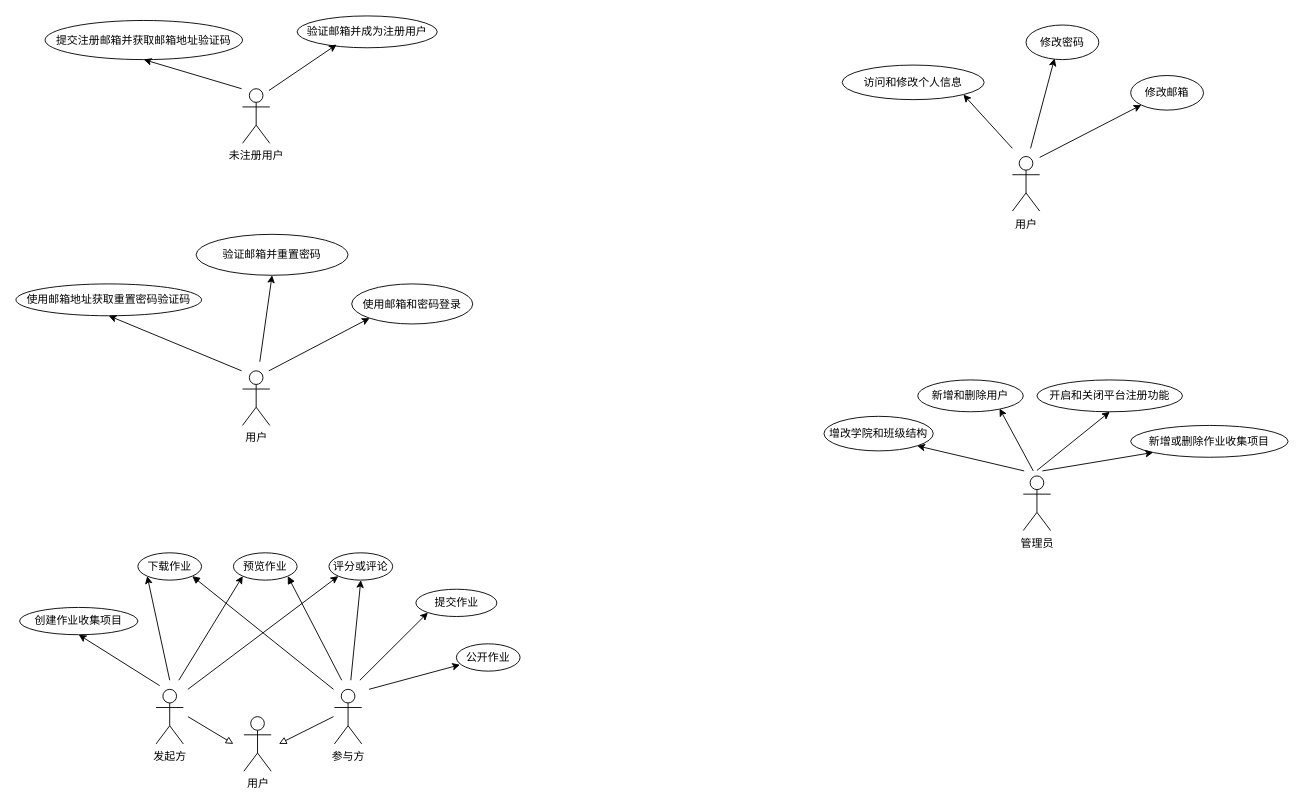
Before: page "用例图" (2 of 5) of 需求分析文档/UML图.drawio in super-dash/paperstack-design, a draw.io diagram. Source tidied: cells renumbered, new cells numbered last; positions are measured from the earlier drawing's top-left corner, leaving out a move shared by most shapes. Both pictures are drawn from the tidied source at 91%, with x=0, y=0 at pixel (15, 15).
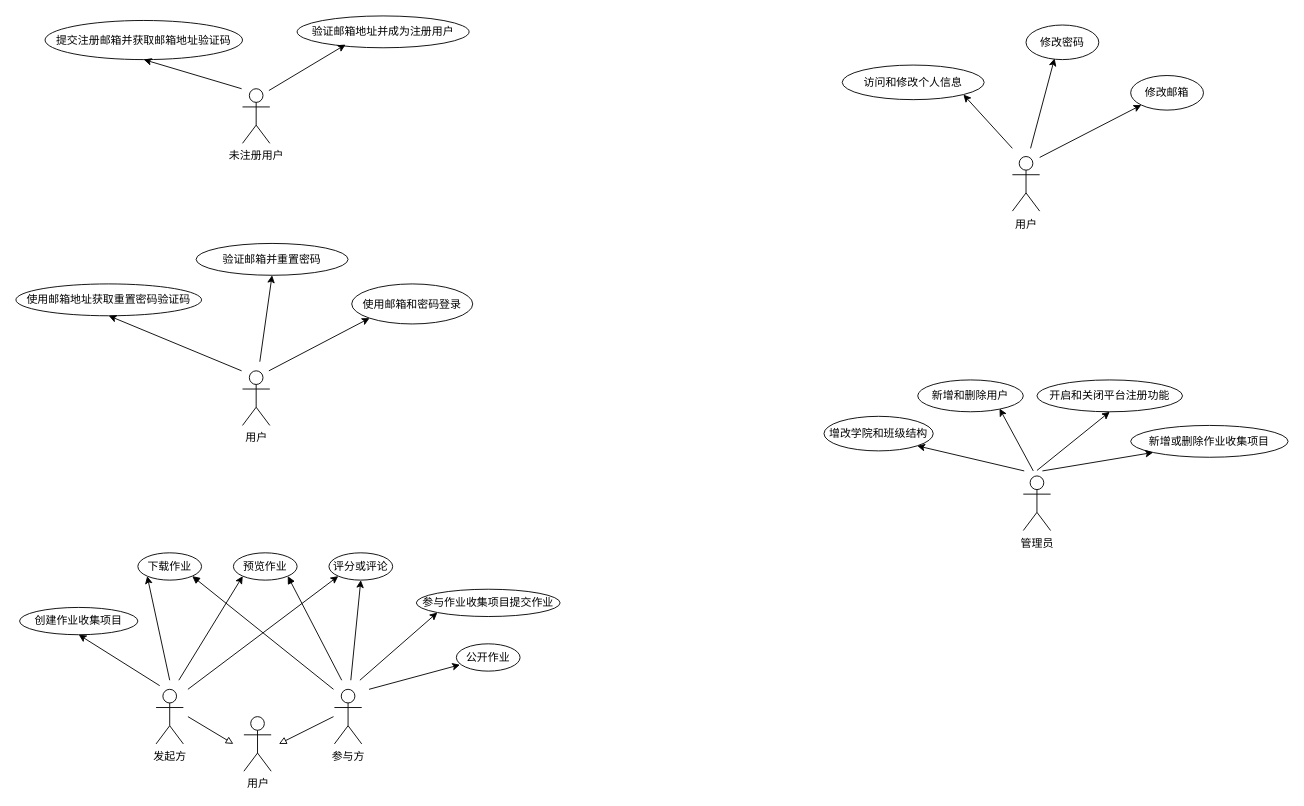
The same diagram, later.

The edit, as a diff of the source:
```diff
@@
-    <mxCell id="28" value="提交作业" style="ellipse;whiteSpace=wrap;html=1;" parent="1" vertex="1">
-      <mxGeometry x="439.5" y="630" width="89" height="30" as="geometry" />
+    <mxCell id="28" value="参与作业收集项目提交作业" style="ellipse;whiteSpace=wrap;html=1;" parent="1" vertex="1">
+      <mxGeometry x="440" y="630" width="158" height="30" as="geometry" />
     </mxCell>
@@
-    <mxCell id="40" value="验证邮箱并成为注册用户" style="ellipse;whiteSpace=wrap;html=1;align=center;" parent="1" vertex="1">
-      <mxGeometry x="309" width="154" height="35" as="geometry" />
+    <mxCell id="40" value="验证邮箱地址并成为注册用户" style="ellipse;whiteSpace=wrap;html=1;align=center;" parent="1" vertex="1">
+      <mxGeometry x="309" width="189" height="35" as="geometry" />
     </mxCell>
@@
     <mxCell id="42" value="验证邮箱并重置密码" style="ellipse;whiteSpace=wrap;html=1;" parent="1" vertex="1">
-      <mxGeometry x="198" y="240" width="167" height="45" as="geometry" />
+      <mxGeometry x="198" y="250" width="167" height="35" as="geometry" />
     </mxCell>
```
